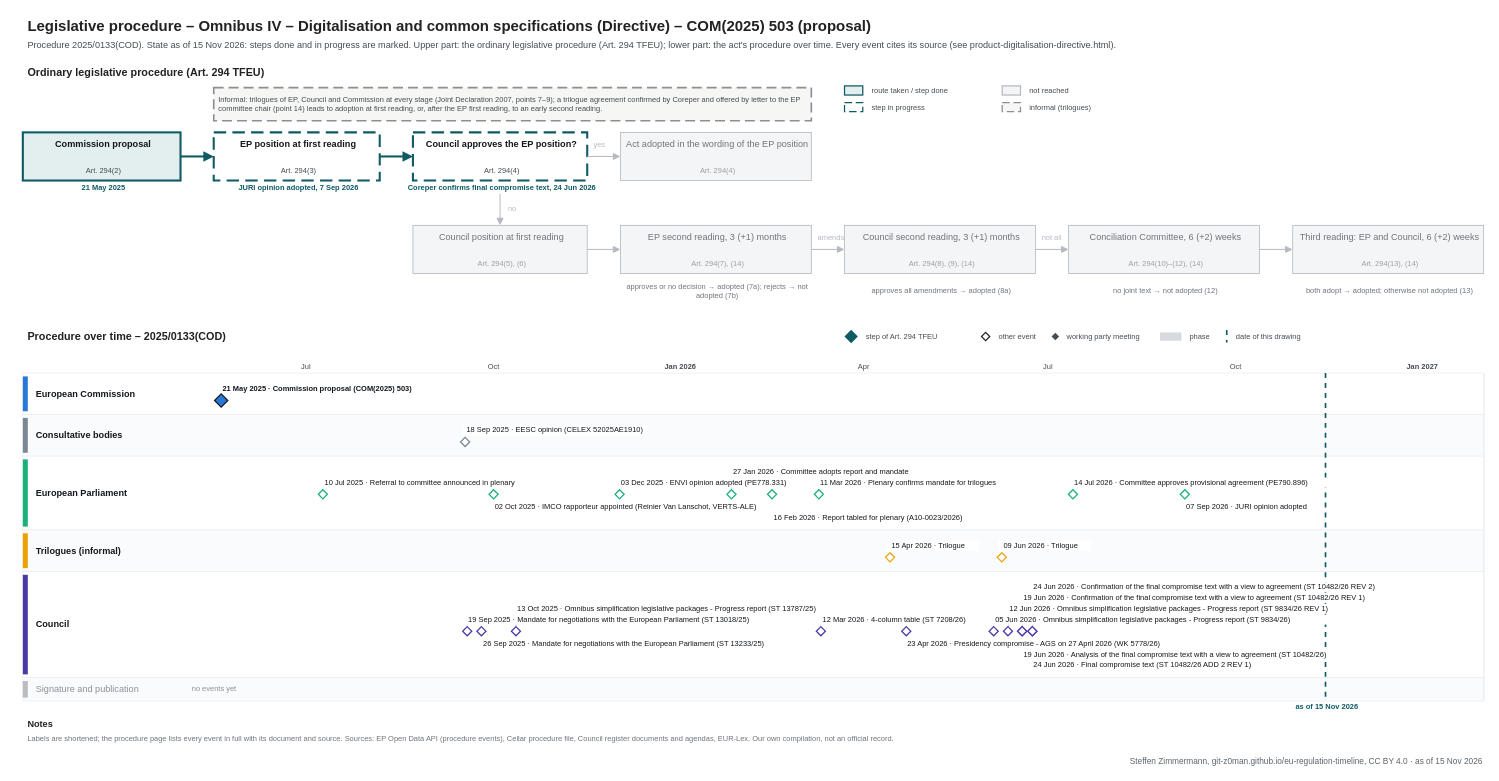
git-z0man/eu-regulation-timeline keeps this draw.io diagram as procedures/product-digitalisation-directive.drawio. Above is the earlier version. Source tidied: cells renumbered, new cells numbered last; positions are measured from the earlier drawing's top-left corner, leaving out a move shared by most shapes. Both pictures are drawn from the tidied source at 83%, with x=0, y=0 at pixel (14, 14).
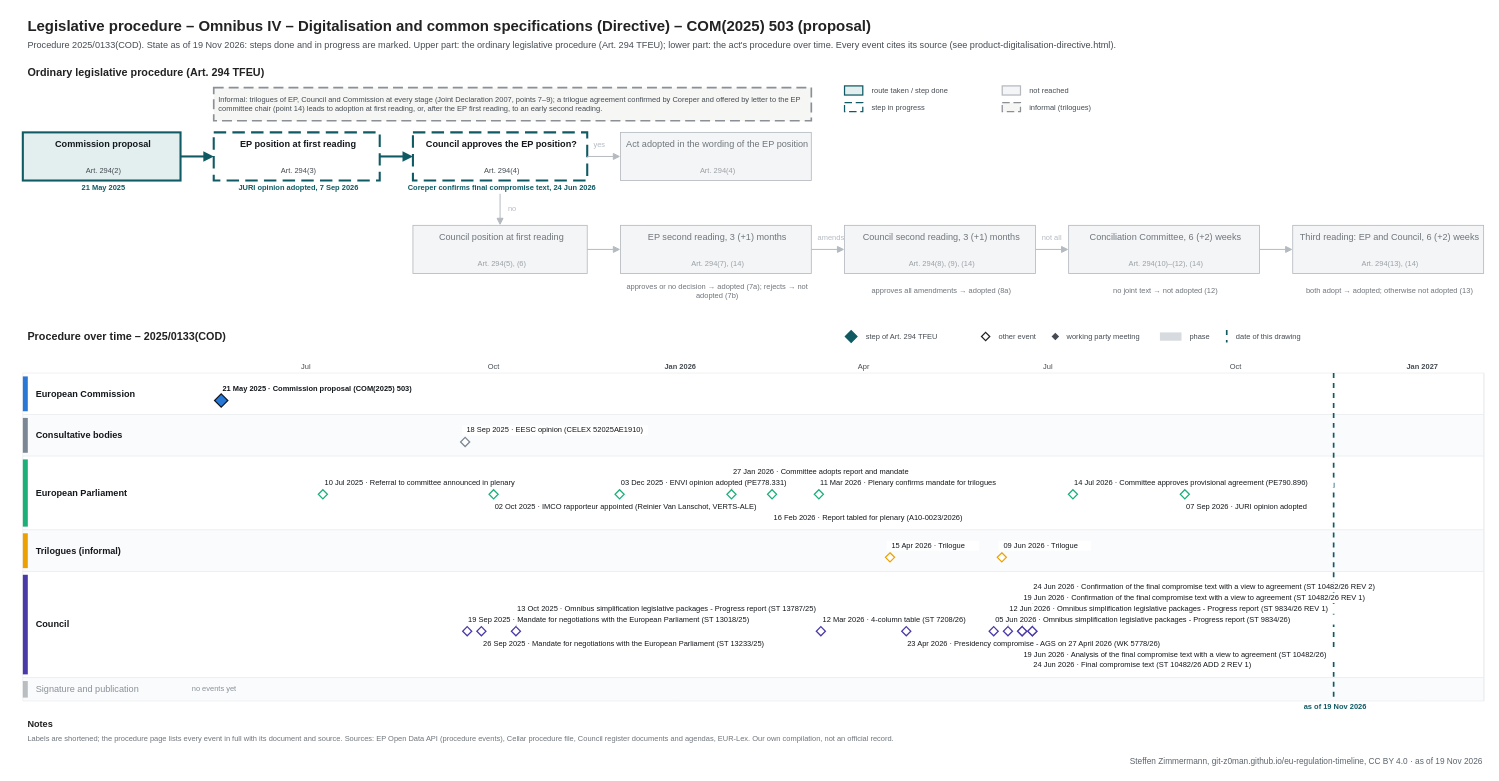
The same page after the edit.

The edit, as a diff of the source:
```diff
@@
-    <mxCell id="3" value="Procedure 2025/0133(COD). State as of 15 Nov 2026: steps done and in progress are marked. Upper part: the ordinary legislative procedure (Art. 294 TFEU); lower part: the act's procedure over time. Every event cites its source (see product-digitalisation-directive.html)." style="text;html=1;fontSize=11;fontColor=#454c53;align=left;verticalAlign=middle;spacingLeft=4;" parent="1" vertex="1">
+    <mxCell id="3" value="Procedure 2025/0133(COD). State as of 19 Nov 2026: steps done and in progress are marked. Upper part: the ordinary legislative procedure (Art. 294 TFEU); lower part: the act's procedure over time. Every event cites its source (see product-digitalisation-directive.html)." style="text;html=1;fontSize=11;fontColor=#454c53;align=left;verticalAlign=middle;spacingLeft=4;" parent="1" vertex="1">
       <mxGeometry x="10" y="28" width="1700" height="18" as="geometry" />
     </mxCell>
@@
     <mxCell id="120" style="line;html=1;strokeWidth=2;strokeColor=#0f5a63;direction=south;dashed=1;" parent="1" vertex="1">
-      <mxGeometry x="1579" y="432" width="1" height="395" as="geometry" />
+      <mxGeometry x="1588.8" y="432" width="1" height="395" as="geometry" />
     </mxCell>
-    <mxCell id="121" value="as of 15 Nov 2026" style="text;html=1;fontSize=9;fontColor=#0f5a63;align=center;verticalAlign=middle;spacingLeft=4;fontStyle=1;" parent="1" vertex="1">
-      <mxGeometry x="1519" y="828" width="120" height="12" as="geometry" />
+    <mxCell id="121" value="as of 19 Nov 2026" style="text;html=1;fontSize=9;fontColor=#0f5a63;align=center;verticalAlign=middle;spacingLeft=4;fontStyle=1;" parent="1" vertex="1">
+      <mxGeometry x="1528.8" y="828" width="120" height="12" as="geometry" />
     </mxCell>
@@
-    <mxCell id="178" value="Steffen Zimmermann, git-z0man.github.io/eu-regulation-timeline, CC BY 4.0 · as of 15 Nov 2026" style="text;html=1;fontSize=10;fontColor=#5b646b;align=right;verticalAlign=middle;spacingLeft=4;" parent="1" vertex="1">
+    <mxCell id="178" value="Steffen Zimmermann, git-z0man.github.io/eu-regulation-timeline, CC BY 4.0 · as of 19 Nov 2026" style="text;html=1;fontSize=10;fontColor=#5b646b;align=right;verticalAlign=middle;spacingLeft=4;" parent="1" vertex="1">
       <mxGeometry x="10" y="891" width="1760" height="16" as="geometry" />
     </mxCell>
```
